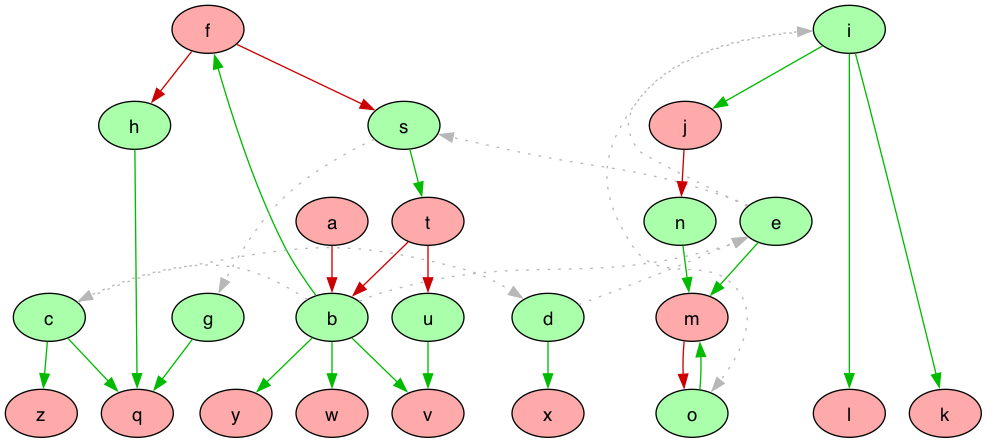
Before: IDCC-2024/graphs/game_pw1_graph_colored.png, a diagram exported from Graphviz (idaks/Games-and-Argumentation). Its source is kept beside it as IDCC-2024/graphs/game_pw1_graph_colored.dot.
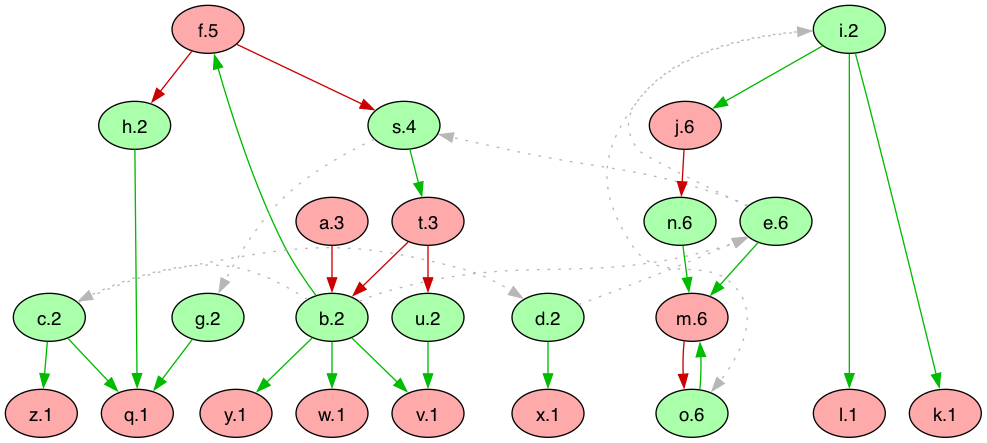
After the change.

Diff of the diagram source:
```diff
@@ -1,8 +1,32 @@
 digraph G {
   rankdir="TB"
   node [shape=oval style=filled fontname=Helvetica fontsize=14]
-  node [fillcolor="#AAFFAA" fontcolor="#000000"] b c d e s g h i o n u
-  node [fillcolor="#FFAAAA" fontcolor="#000000"] a t f j k l m q v w x y z
+  node [fillcolor="#AAFFAA" fontcolor="#000000"]
+       b[label="b.2"]
+       c[label="c.2"]
+       d[label="d.2"]
+       e[label="e.6"]
+       s[label="s.4"]
+       g[label="g.2"]
+       h[label="h.2"]
+       i[label="i.2"]
+       o[label="o.6"]
+       n[label="n.6"]
+       u[label="u.2"]
+  node [fillcolor="#FFAAAA" fontcolor="#000000"]
+       a[label="a.3"]
+       t[label="t.3"]
+       f[label="f.5"]
+       j[label="j.6"]
+       k[label="k.1"]
+       l[label="l.1"]
+       m[label="m.6"]
+       q[label="q.1"]
+       v[label="v.1"]
+       w[label="w.1"]
+       x[label="x.1"]
+       y[label="y.1"]
+       z[label="z.1"]
   edge [dir=forward color="#CC0000" style="solid"]
         "a" -> "b"
         "t" -> "b"
```
